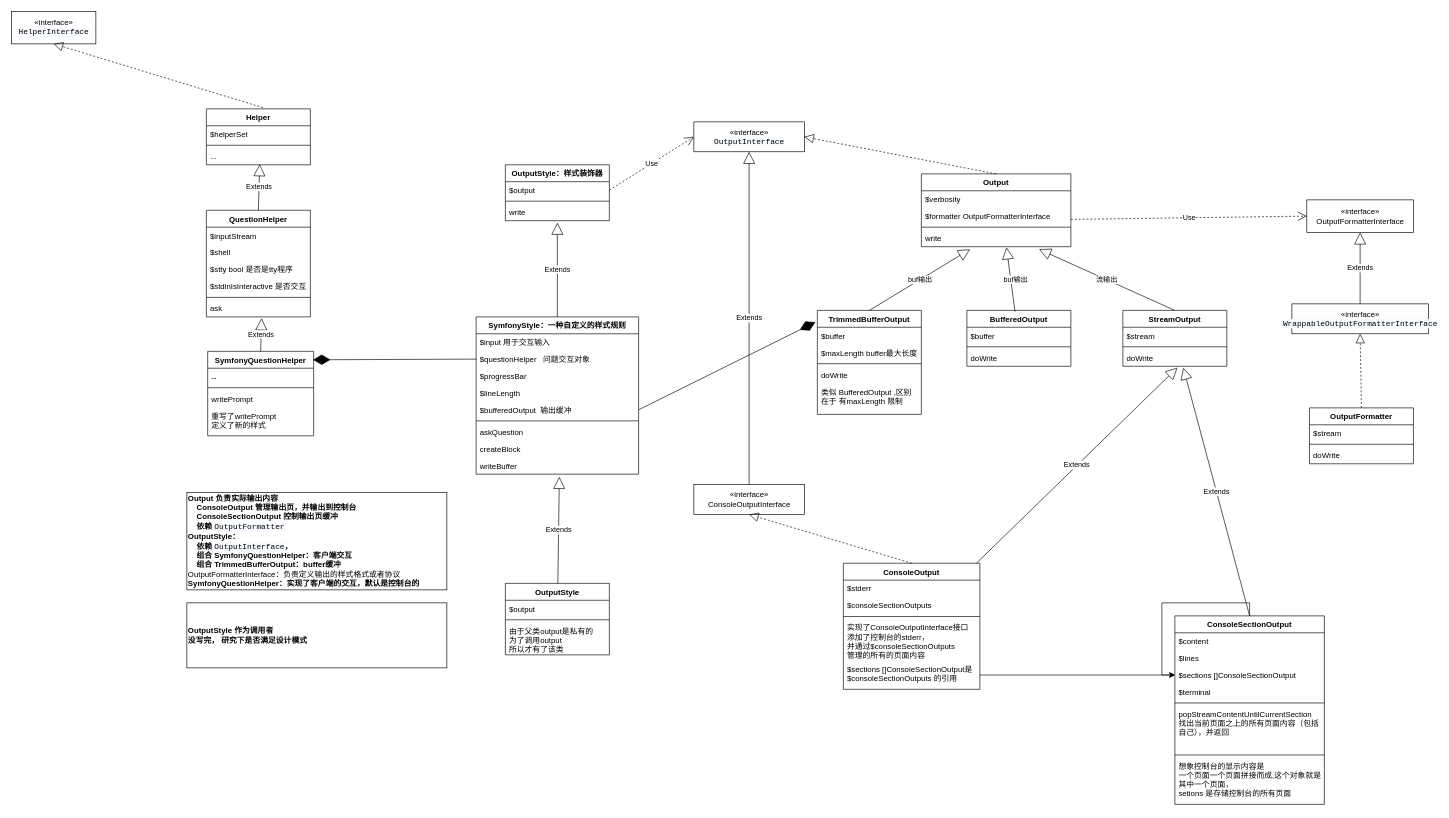
The draw.io diagram page "IO-output" (3 of 3) of draw.io/lumen/command.drawio in liaoque/php-old-project, before the edit. Source tidied: cells renumbered, new cells numbered last; positions are measured from the earlier drawing's top-left corner, leaving out a move shared by most shapes. Both pictures are drawn from the tidied source at 65%, with x=0, y=0 at pixel (11, 11).
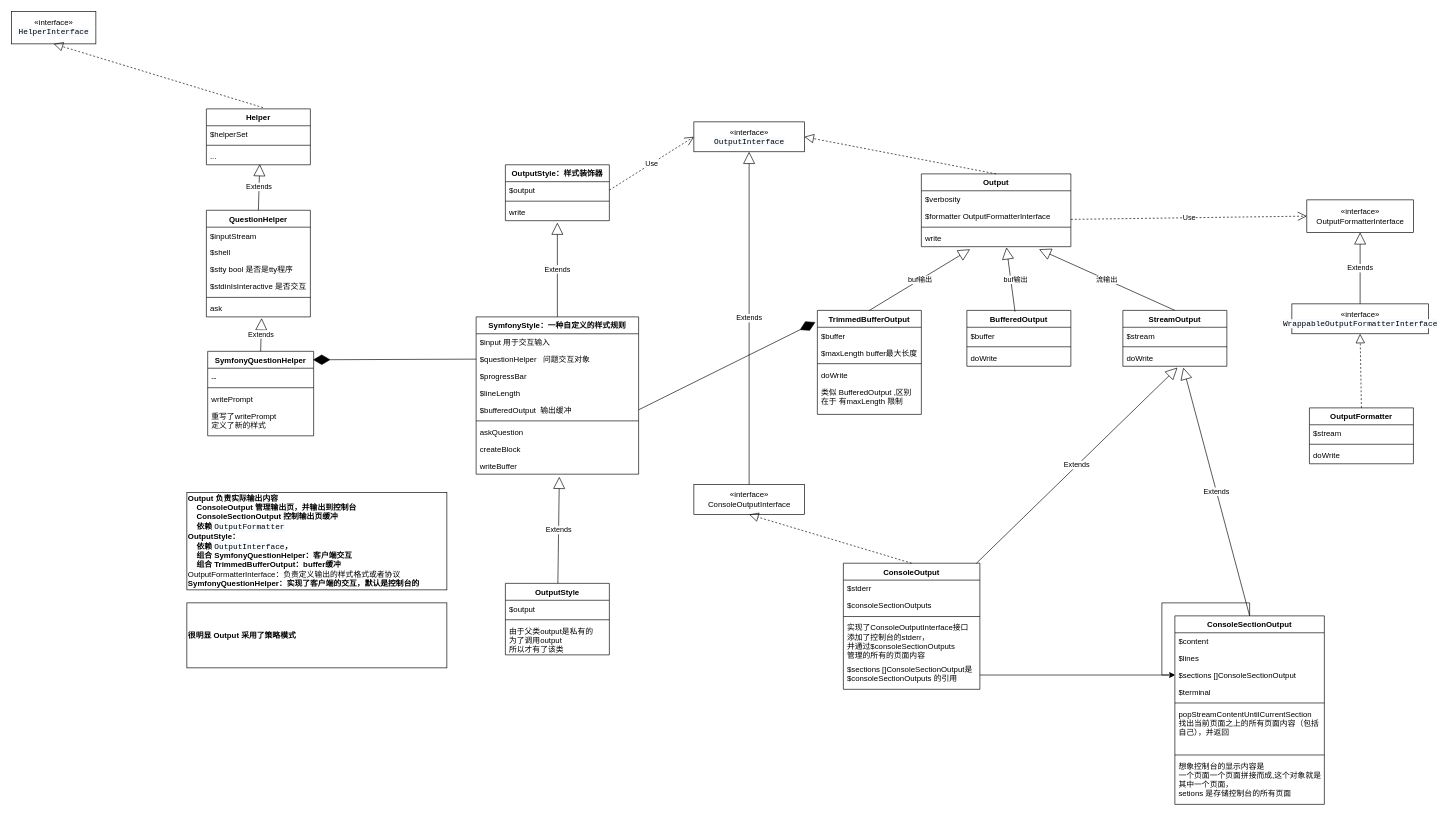
After the change.

The edit, as a diff of the source:
```diff
@@
-    <mxCell id="95" value="&lt;span style=&quot;font-weight: 700&quot;&gt;Output 负责实际输出内容&lt;br&gt;&lt;/span&gt;&lt;span style=&quot;font-weight: 700&quot;&gt;&amp;nbsp; &amp;nbsp; ConsoleOutput 管理输出页，并输出到控制台&lt;br&gt;&lt;/span&gt;&lt;span style=&quot;font-weight: 700 ; text-align: center&quot;&gt;&amp;nbsp; &amp;nbsp; ConsoleSectionOutput 控制输出页缓冲&lt;br&gt;&lt;/span&gt;&lt;span style=&quot;font-weight: 700&quot;&gt;&amp;nbsp; &amp;nbsp;&amp;nbsp;&lt;/span&gt;&lt;span style=&quot;font-weight: 700&quot;&gt;依赖&amp;nbsp;&lt;/span&gt;&lt;span style=&quot;font-size: 9pt ; background-color: rgb(247 , 250 , 255) ; font-family: &amp;#34;jetbrains mono&amp;#34; , monospace&quot;&gt;OutputFormatter&lt;/span&gt;&lt;span style=&quot;font-weight: 700&quot;&gt;&lt;br&gt;&lt;/span&gt;&lt;span style=&quot;font-weight: 700&quot;&gt;OutputStyle：&lt;br&gt;&amp;nbsp; &amp;nbsp; 依赖&amp;nbsp;&lt;/span&gt;&lt;span style=&quot;font-family: &amp;#34;jetbrains mono&amp;#34; , monospace ; text-align: center ; background-color: rgb(247 , 250 , 255)&quot;&gt;OutputInterface&lt;/span&gt;&lt;span style=&quot;font-weight: 700&quot;&gt;，&lt;br&gt;&lt;div style=&quot;text-align: left&quot;&gt;&lt;span style=&quot;text-align: center&quot;&gt;&amp;nbsp; &amp;nbsp; 组合 SymfonyQuestionHelper：客户端交互&lt;br&gt;&lt;/span&gt;&lt;span style=&quot;text-align: center&quot;&gt;&amp;nbsp; &amp;nbsp; 组合 TrimmedBufferOutput：buffer缓冲&lt;/span&gt;&lt;span style=&quot;text-align: center&quot;&gt;&amp;nbsp;&lt;/span&gt;&lt;/div&gt;&lt;/span&gt;OutputFormatterInterface：负责定义输出的样式格式或者协议&lt;br&gt;&lt;span style=&quot;font-weight: 700 ; text-align: center&quot;&gt;SymfonyQuestionHelper：实现了客户端的交互，默认是控制台的&lt;/span&gt;" style="rounded=0;whiteSpace=wrap;html=1;align=left;" parent="1" vertex="1">
+    <mxCell id="95" value="&lt;span style=&quot;font-weight: 700&quot;&gt;Output&amp;nbsp;&lt;/span&gt;&lt;span style=&quot;font-weight: 700&quot;&gt;负责实际输出内容&lt;br&gt;&lt;/span&gt;&lt;span style=&quot;font-weight: 700&quot;&gt;&amp;nbsp; &amp;nbsp; ConsoleOutput 管理输出页，并输出到控制台&lt;br&gt;&lt;/span&gt;&lt;span style=&quot;font-weight: 700 ; text-align: center&quot;&gt;&amp;nbsp; &amp;nbsp; ConsoleSectionOutput 控制输出页缓冲&lt;br&gt;&lt;/span&gt;&lt;span style=&quot;font-weight: 700&quot;&gt;&amp;nbsp; &amp;nbsp;&amp;nbsp;&lt;/span&gt;&lt;span style=&quot;font-weight: 700&quot;&gt;依赖&amp;nbsp;&lt;/span&gt;&lt;span style=&quot;font-size: 9pt ; background-color: rgb(247 , 250 , 255) ; font-family: &amp;#34;jetbrains mono&amp;#34; , monospace&quot;&gt;OutputFormatter&lt;/span&gt;&lt;span style=&quot;font-weight: 700&quot;&gt;&lt;br&gt;&lt;/span&gt;&lt;span style=&quot;font-weight: 700&quot;&gt;OutputStyle：&lt;br&gt;&amp;nbsp; &amp;nbsp; 依赖&amp;nbsp;&lt;/span&gt;&lt;span style=&quot;font-family: &amp;#34;jetbrains mono&amp;#34; , monospace ; text-align: center ; background-color: rgb(247 , 250 , 255)&quot;&gt;OutputInterface&lt;/span&gt;&lt;span style=&quot;font-weight: 700&quot;&gt;，&lt;br&gt;&lt;div style=&quot;text-align: left&quot;&gt;&lt;span style=&quot;text-align: center&quot;&gt;&amp;nbsp; &amp;nbsp; 组合 SymfonyQuestionHelper：客户端交互&lt;br&gt;&lt;/span&gt;&lt;span style=&quot;text-align: center&quot;&gt;&amp;nbsp; &amp;nbsp; 组合 TrimmedBufferOutput：buffer缓冲&lt;/span&gt;&lt;span style=&quot;text-align: center&quot;&gt;&amp;nbsp;&lt;/span&gt;&lt;/div&gt;&lt;/span&gt;OutputFormatterInterface：负责定义输出的样式格式或者协议&lt;br&gt;&lt;span style=&quot;font-weight: 700 ; text-align: center&quot;&gt;SymfonyQuestionHelper：实现了客户端的交互，默认是控制台的&lt;/span&gt;" style="rounded=0;whiteSpace=wrap;html=1;align=left;" parent="1" vertex="1">
       <mxGeometry x="270" y="740" width="400" height="150" as="geometry" />
     </mxCell>
-    <mxCell id="96" value="&lt;span style=&quot;font-weight: 700&quot;&gt;OutputStyle 作为调用者&lt;br&gt;没写完， 研究下是否满足设计模式&lt;br&gt;&lt;/span&gt;" style="rounded=0;whiteSpace=wrap;html=1;align=left;" parent="1" vertex="1">
+    <mxCell id="96" value="&lt;span style=&quot;font-weight: 700&quot;&gt;很明显&amp;nbsp;&lt;/span&gt;&lt;span style=&quot;font-weight: 700&quot;&gt;Output&amp;nbsp;采用了策略模式&lt;/span&gt;&lt;span style=&quot;font-weight: 700&quot;&gt;&lt;br&gt;&lt;/span&gt;" style="rounded=0;whiteSpace=wrap;html=1;align=left;" parent="1" vertex="1">
       <mxGeometry x="270" y="910" width="400" height="100" as="geometry" />
     </mxCell>
```
